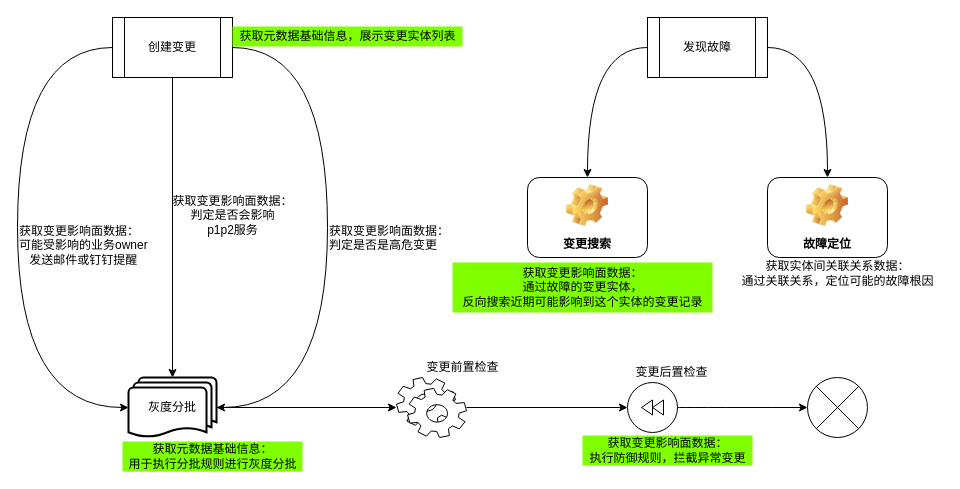
Earlier version of the draw.io diagram rmc业务.drawio (frankneu/draw.io). Source tidied: cells renumbered, new cells numbered last; positions are measured from the earlier drawing's top-left corner, leaving out a move shared by most shapes. Both pictures are drawn from the tidied source at 100%, with x=0, y=0 at pixel (17, 17).
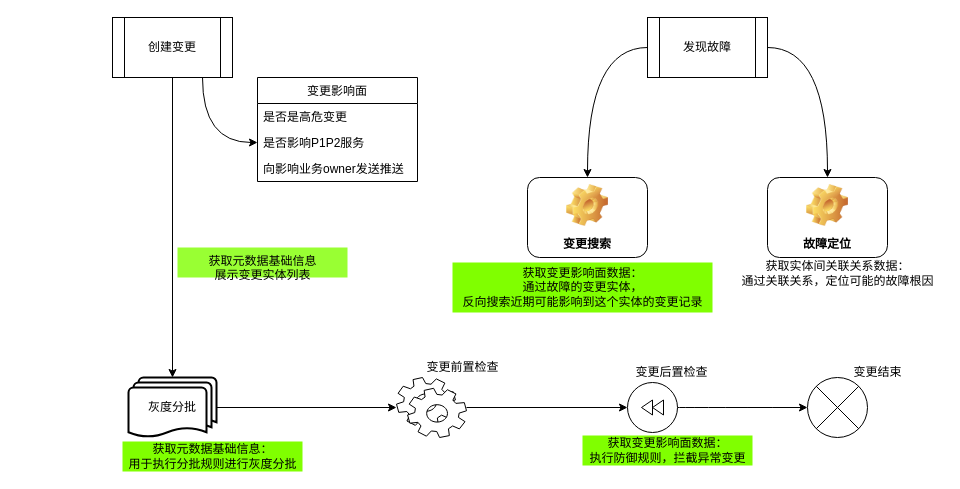
Above is the later version.

The change refers to these unchanged cells:
```xml
<mxCell id="5" value="&lt;span style=&quot;white-space: normal&quot;&gt;&lt;font style=&quot;font-size: 12px&quot;&gt;创建变更&lt;/font&gt;&lt;/span&gt;" style="shape=process;whiteSpace=wrap;html=1;backgroundOutline=1;" parent="1" vertex="1">
  <mxGeometry x="95" width="120" height="60" as="geometry" />
</mxCell>
<mxCell id="7" value="灰度分批" style="strokeWidth=2;html=1;shape=mxgraph.flowchart.multi-document;whiteSpace=wrap;" parent="1" vertex="1">
  <mxGeometry x="111" y="360" width="88" height="60" as="geometry" />
</mxCell>
```

What changed in the source:
```diff
@@
-    <mxCell id="3" style="edgeStyle=orthogonalEdgeStyle;curved=1;rounded=0;jettySize=auto;html=1;exitX=1;exitY=0.5;exitDx=0;exitDy=0;entryX=1;entryY=0.5;entryDx=0;entryDy=0;entryPerimeter=0;" parent="1" edge="1" source="5" target="7">
-      <mxGeometry relative="1" as="geometry">
-        <Array as="points">
-          <mxPoint x="310" y="30" />
-          <mxPoint x="310" y="390" />
-        </Array>
-      </mxGeometry>
-    </mxCell>
-    <mxCell id="4" style="edgeStyle=orthogonalEdgeStyle;curved=1;rounded=0;jettySize=auto;html=1;exitX=0;exitY=0.5;exitDx=0;exitDy=0;entryX=0;entryY=0.5;entryDx=0;entryDy=0;entryPerimeter=0;" parent="1" edge="1" source="5" target="7">
-      <mxGeometry relative="1" as="geometry">
-        <Array as="points">
-          <mxPoint y="30" />
-          <mxPoint y="390" />
-        </Array>
-      </mxGeometry>
-    </mxCell>
+    <mxCell id="28" style="edgeStyle=orthogonalEdgeStyle;curved=1;rounded=0;jettySize=auto;html=1;exitX=0.75;exitY=1;exitDx=0;exitDy=0;entryX=0;entryY=0.5;entryDx=0;entryDy=0;" parent="1" edge="1" source="5" target="31">
+      <mxGeometry relative="1" as="geometry" />
+    </mxCell>
@@
-    <mxCell id="19" value="获取变更影响面数据：&lt;br&gt;判定是否是高危变更" style="text;html=1;" parent="1" vertex="1">
-      <mxGeometry x="310" y="200" width="130" height="30" as="geometry" />
-    </mxCell>
-    <mxCell id="20" value="&lt;div style=&quot;text-align: left&quot;&gt;获取变更影响面数据：&lt;/div&gt;判定是否会影响&lt;br&gt;p1p2服务" style="text;html=1;align=center;" parent="1" vertex="1">
-      <mxGeometry x="130" y="170" width="170" height="30" as="geometry" />
+    <mxCell id="20" value="获取元数据基础信息&lt;br&gt;展示变更实体列表&lt;div style=&quot;text-align: left&quot;&gt;&lt;/div&gt;" style="text;html=1;align=center;fillColor=#99FF33;" parent="1" vertex="1">
+      <mxGeometry x="160" y="230" width="170" height="30" as="geometry" />
     </mxCell>
-    <mxCell id="21" value="获取变更影响面数据：&lt;br&gt;可能受影响的业务owner&lt;br&gt;&lt;div style=&quot;text-align: center&quot;&gt;&lt;span&gt;发送邮件或钉钉提醒&lt;/span&gt;&lt;/div&gt;" style="text;html=1;" parent="1" vertex="1">
-      <mxGeometry y="200" width="230" height="30" as="geometry" />
-    </mxCell>
@@
-    <mxCell id="24" value="获取元数据基础信息，展示变更实体列表" style="text;html=1;align=center;verticalAlign=middle;fillColor=#80FF00;" parent="1" vertex="1">
-      <mxGeometry x="215" y="9" width="230" height="20" as="geometry" />
-    </mxCell>
@@
+    <mxCell id="29" value="变更影响面" style="swimlane;fontStyle=0;horizontal=1;startSize=26;fillColor=none;" parent="1" vertex="1">
+      <mxGeometry x="240" y="60" width="160" height="104" as="geometry" />
+    </mxCell>
+    <mxCell id="30" value="是否是高危变更" style="text;strokeColor=none;fillColor=none;align=left;verticalAlign=top;spacingLeft=4;spacingRight=4;overflow=hidden;" parent="29" vertex="1">
+      <mxGeometry y="26" width="160" height="26" as="geometry" />
+    </mxCell>
+    <mxCell id="31" value="是否影响P1P2服务" style="text;strokeColor=none;fillColor=none;align=left;verticalAlign=top;spacingLeft=4;spacingRight=4;overflow=hidden;points=[[0,0.5],[1,0.5]];portConstraint=eastwest;" parent="29" vertex="1">
+      <mxGeometry y="52" width="160" height="26" as="geometry" />
+    </mxCell>
+    <mxCell id="32" value="向影响业务owner发送推送" style="text;strokeColor=none;fillColor=none;align=left;verticalAlign=top;spacingLeft=4;spacingRight=4;overflow=hidden;" parent="29" vertex="1">
+      <mxGeometry y="78" width="160" height="26" as="geometry" />
+    </mxCell>
+    <mxCell id="33" value="变更结束" style="text;html=1;align=center;verticalAlign=middle;" parent="1" vertex="1">
+      <mxGeometry x="830" y="345" width="60" height="20" as="geometry" />
+    </mxCell>
```
